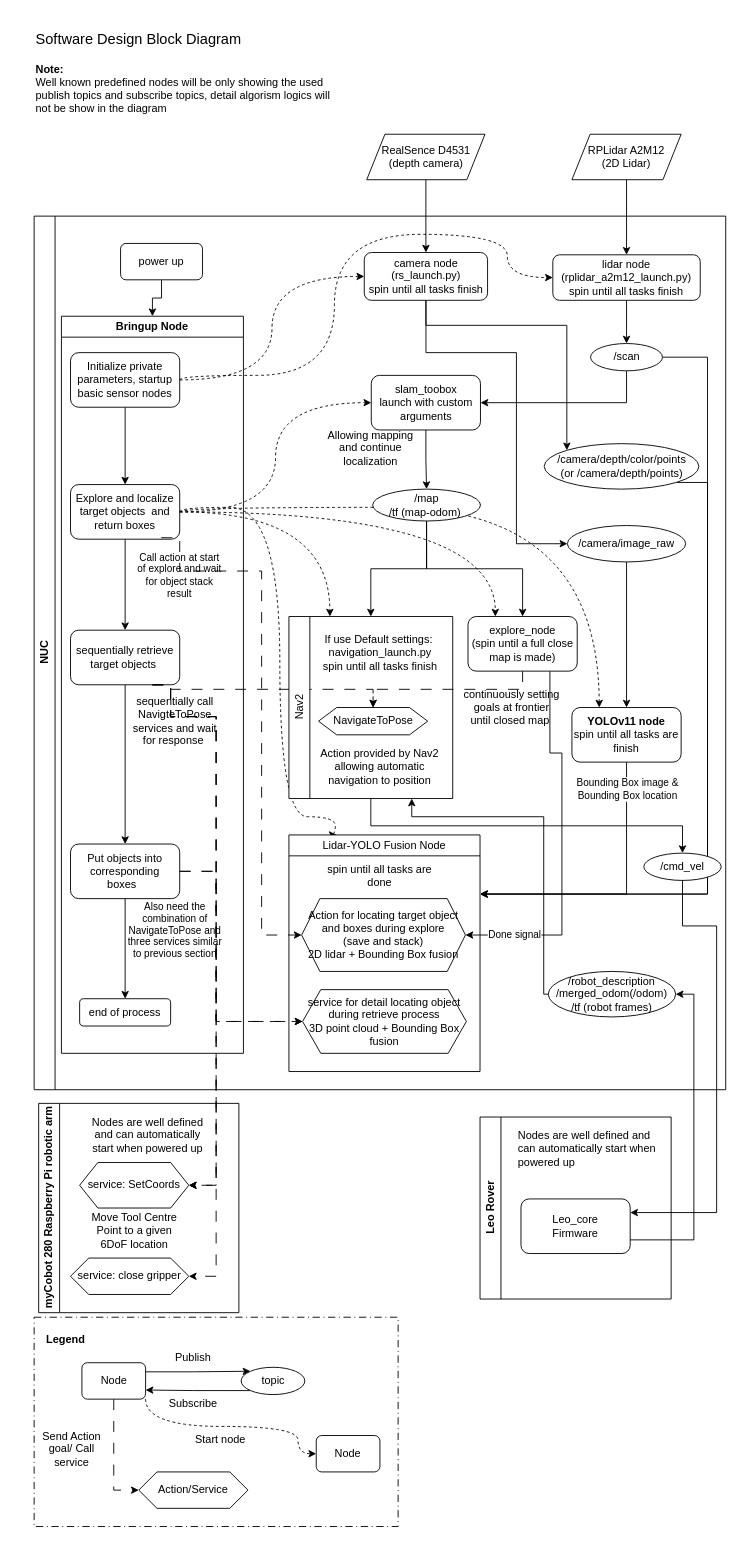
Earlier version of the draw.io diagram CW4_preliminary_design_review/Block_diagrams/software_design/CW4_software_designV2.drawio (longchuanYoRHa/Group12_team_space). Source tidied: cells renumbered, new cells numbered last; positions are measured from the earlier drawing's top-left corner, leaving out a move shared by most shapes. Both pictures are drawn from the tidied source at 91%, with x=0, y=0 at pixel (15, 15).
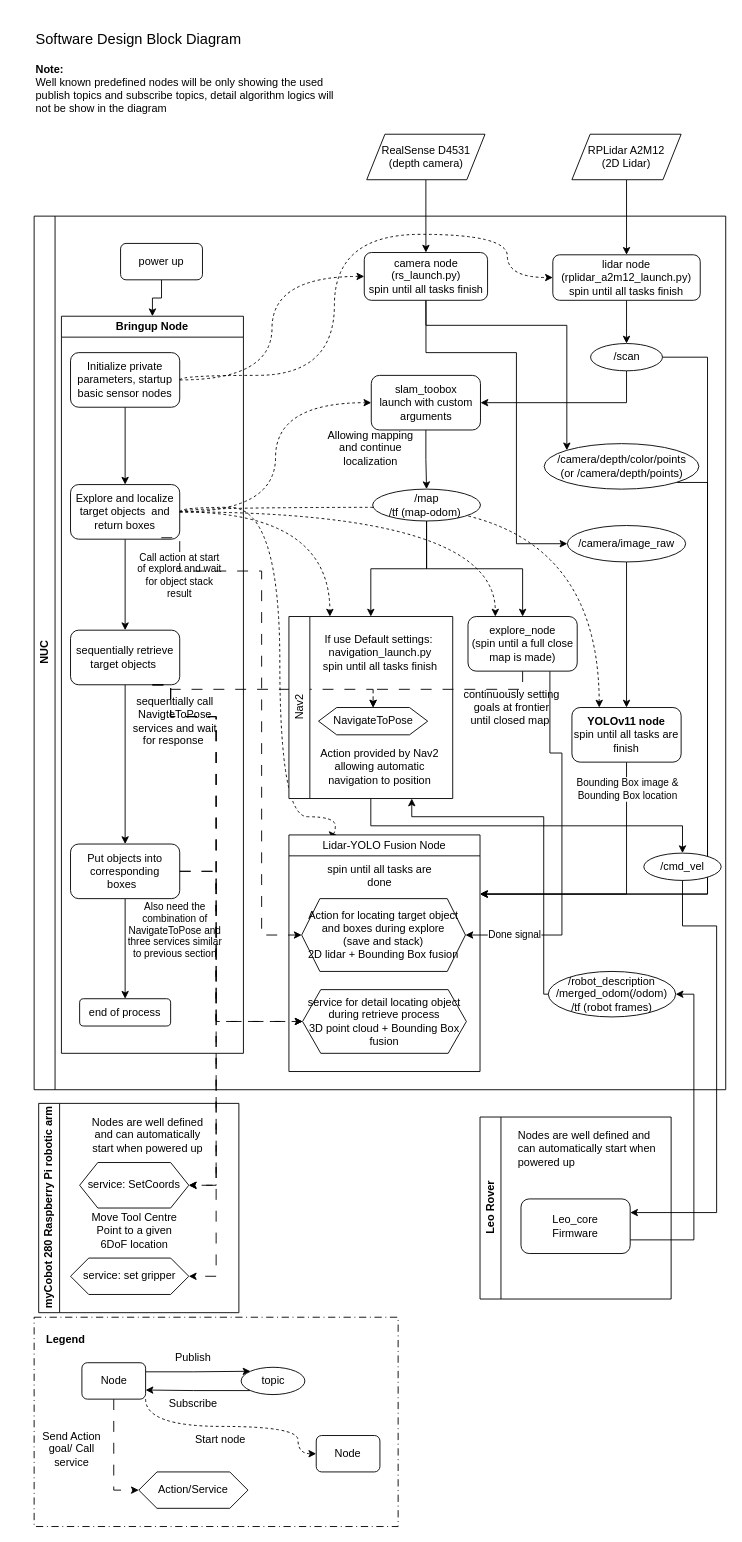
After the change.

The change refers to these unchanged cells:
```xml
<mxCell id="74" value="&lt;span style=&quot;text-wrap-mode: nowrap;&quot;&gt;myCobot 280 Raspberry Pi robotic arm&lt;/span&gt;" style="swimlane;horizontal=0;whiteSpace=wrap;html=1;" parent="1" vertex="1">
  <mxGeometry x="25" y="1195" width="220" height="230" as="geometry" />
</mxCell>
```

What changed in the source:
```diff
@@
-    <mxCell id="4" value="&lt;div&gt;&lt;b&gt;Note:&lt;/b&gt;&lt;/div&gt;Well known predefined nodes will be only showing the used publish topics and subscribe topics, detail algorism logics will not be show in the diagram" style="text;html=1;whiteSpace=wrap;strokeColor=none;fillColor=none;align=left;verticalAlign=middle;rounded=0;" parent="1" vertex="1">
+    <mxCell id="4" value="&lt;div&gt;&lt;b&gt;Note:&lt;/b&gt;&lt;/div&gt;Well known predefined nodes will be only showing the used publish topics and subscribe topics, detail algorithm logics will not be show in the diagram" style="text;html=1;whiteSpace=wrap;strokeColor=none;fillColor=none;align=left;verticalAlign=middle;rounded=0;" parent="1" vertex="1">
       <mxGeometry x="20" y="50" width="340" height="60" as="geometry" />
     </mxCell>
@@
-    <mxCell id="73" value="RealSence D4531&lt;div&gt;(depth camera)&lt;/div&gt;" style="shape=parallelogram;perimeter=parallelogramPerimeter;whiteSpace=wrap;html=1;fixedSize=1;" parent="1" vertex="1">
+    <mxCell id="73" value="RealSense D4531&lt;div&gt;(depth camera)&lt;/div&gt;" style="shape=parallelogram;perimeter=parallelogramPerimeter;whiteSpace=wrap;html=1;fixedSize=1;" parent="1" vertex="1">
       <mxGeometry x="385.5" y="130" width="130" height="50" as="geometry" />
     </mxCell>
@@
-    <mxCell id="77" value="service: close gripper" style="shape=hexagon;perimeter=hexagonPerimeter2;whiteSpace=wrap;html=1;fixedSize=1;" parent="74" vertex="1">
+    <mxCell id="77" value="service: set gripper" style="shape=hexagon;perimeter=hexagonPerimeter2;whiteSpace=wrap;html=1;fixedSize=1;" parent="74" vertex="1">
       <mxGeometry x="35" y="170" width="130" height="40" as="geometry" />
     </mxCell>
```
